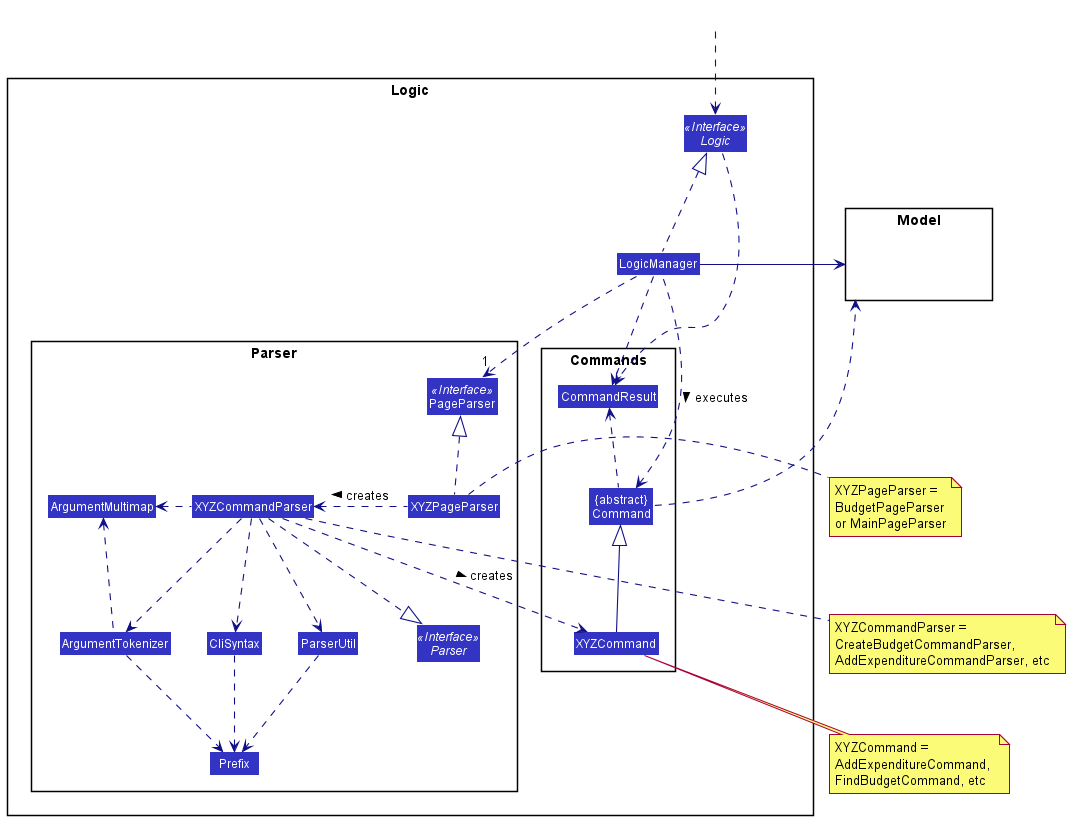
The PlantUML diagram docs/diagrams/LogicClassDiagram.png in yu-ming-chen/tp, before a commit.
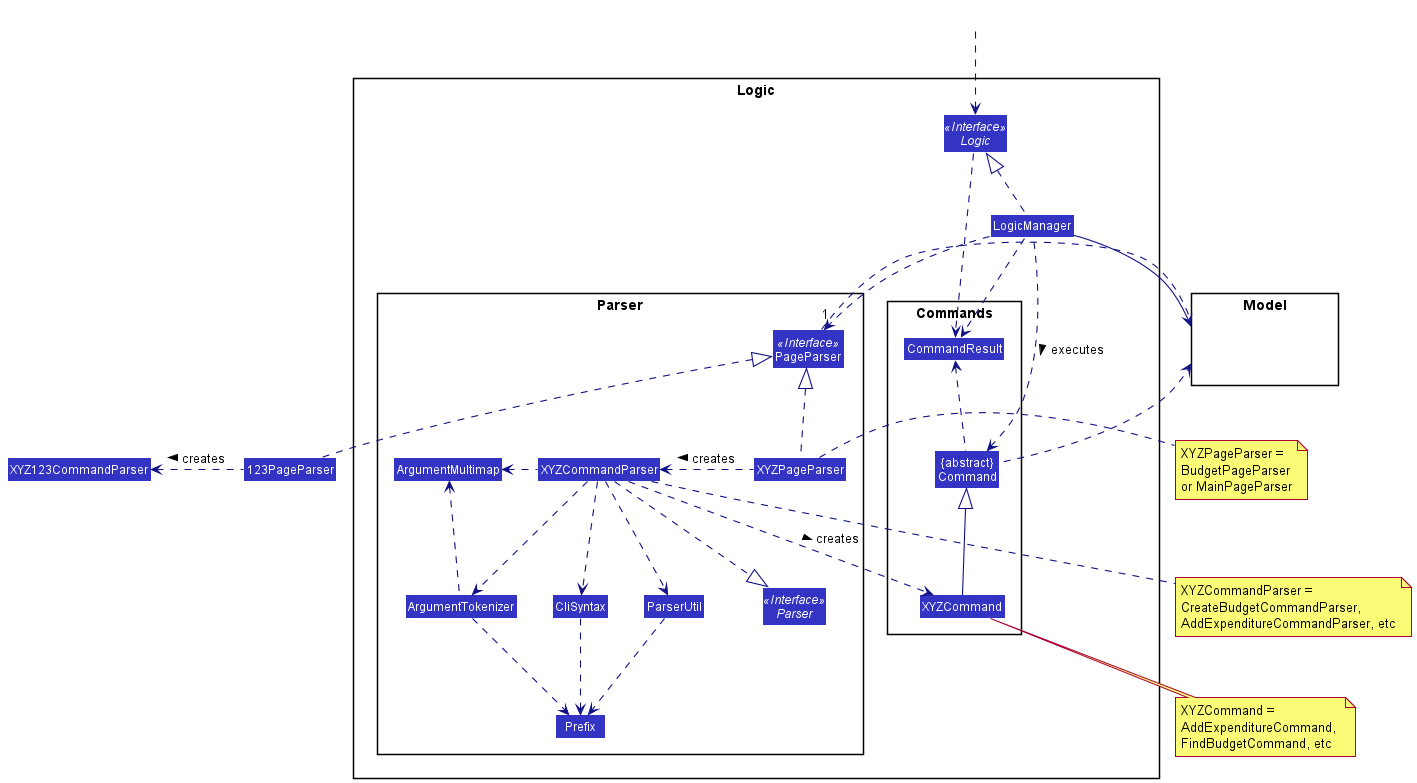
The same file after the commit.

Commit message:
Change architecture diagram image

Diff of the diagram source:
```diff
@@ -39,6 +39,10 @@
 LogicManager .up.|> Logic
 LogicManager ..>"1" PageParser
 
+Model .left. PageParser
+
+123PageParser .up.|> PageParser
+123PageParser .left.> XYZ123CommandParser: creates >
 XYZPageParser .up.|> PageParser
 XYZPageParser .left.> XYZCommandParser: creates >
 
```
